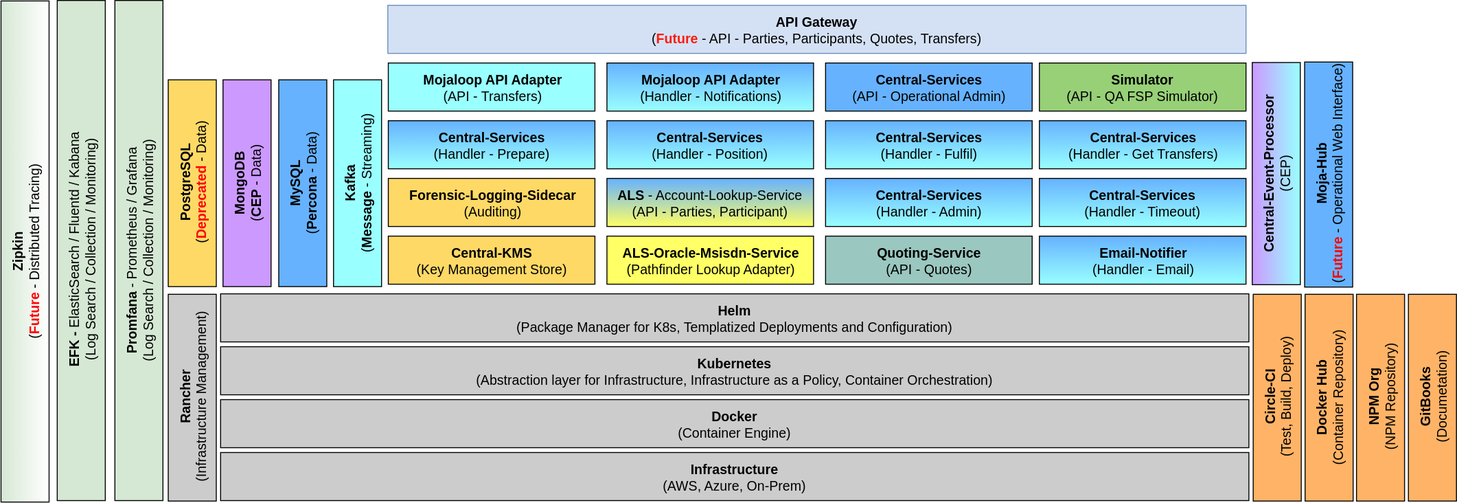
mojaloop/documentation keeps this draw.io diagram as mojaloop-technical-overview/overview/assets/diagrams/architecture/Arch-Mojaloop-overview-PI6.svg. Above is the earlier version. Source tidied: cells renumbered, new cells last; positions are measured from the earlier drawing's top-left corner, leaving out a move shared by most shapes.
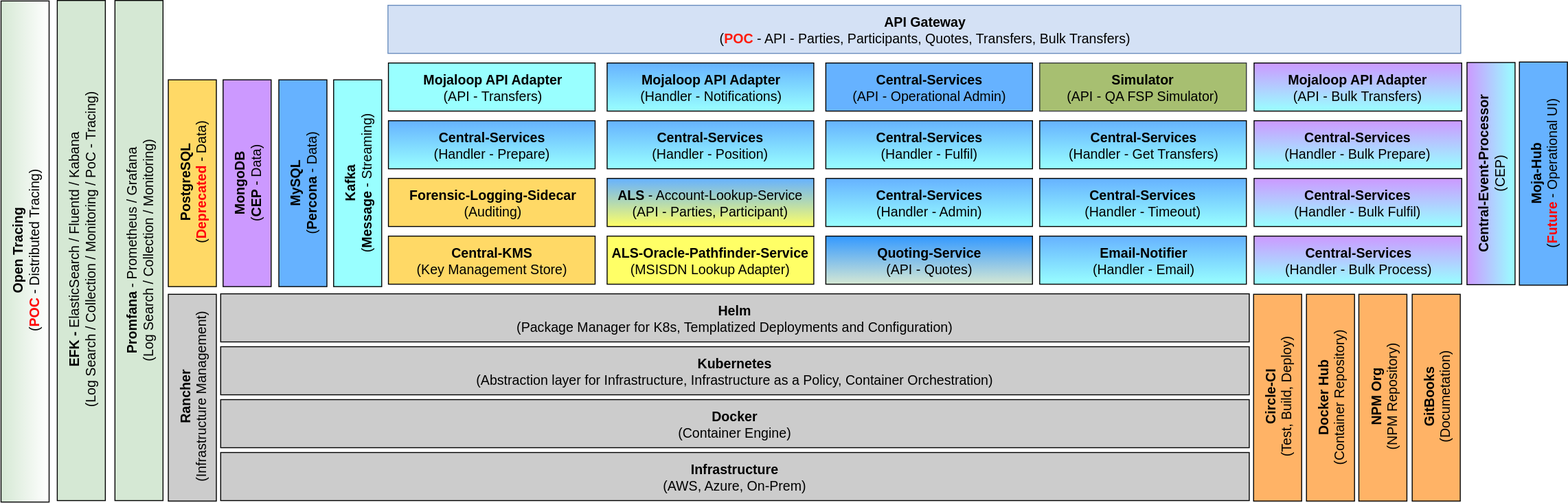
The same file after the commit.

Commit message:
updated main arch diagram

The edit, as a diff of the source:
```diff
@@ -14,13 +14,13 @@
     <mxCell id="5" value="&lt;b style=&quot;font-size: 14px;&quot;&gt;Infrastructure&lt;/b&gt;&lt;br style=&quot;font-size: 14px;&quot;&gt;&lt;span style=&quot;font-size: 14px;&quot;&gt;(AWS, Azure, On-Prem&lt;/span&gt;&lt;span style=&quot;font-size: 14px;&quot;&gt;)&lt;/span&gt;&lt;br style=&quot;font-size: 14px;&quot;&gt;" style="rounded=0;whiteSpace=wrap;html=1;fontColor=#000000;align=center;fillColor=#CCCCCC;fontSize=14;" parent="1" vertex="1">
       <mxGeometry x="464" y="465" width="1070" height="50" as="geometry" />
     </mxCell>
-    <mxCell id="6" value="&lt;b style=&quot;font-size: 14px;&quot;&gt;EFK - &lt;/b&gt;ElasticSearch / Fluentd / Kabana&lt;br style=&quot;font-size: 14px;&quot;&gt;&lt;span style=&quot;font-size: 14px;&quot;&gt;(Log Search / Collection / Monitoring)&lt;/span&gt;&lt;br style=&quot;font-size: 14px;&quot;&gt;" style="rounded=0;whiteSpace=wrap;html=1;fontColor=#000000;align=center;fillColor=#D5E8D4;rotation=-90;fontSize=14;" parent="1" vertex="1">
+    <mxCell id="6" value="&lt;b style=&quot;font-size: 14px&quot;&gt;EFK - &lt;/b&gt;ElasticSearch / Fluentd / Kabana&lt;br style=&quot;font-size: 14px&quot;&gt;&lt;span style=&quot;font-size: 14px&quot;&gt;(Log Search / Collection / Monitoring / PoC - Tracing)&lt;/span&gt;&lt;br style=&quot;font-size: 14px&quot;&gt;" style="rounded=0;whiteSpace=wrap;html=1;fontColor=#000000;align=center;fillColor=#D5E8D4;rotation=-90;fontSize=14;" parent="1" vertex="1">
       <mxGeometry x="59" y="230" width="520" height="50" as="geometry" />
     </mxCell>
     <mxCell id="7" value="&lt;b style=&quot;font-size: 14px;&quot;&gt;Promfana &lt;/b&gt;- Prometheus / Grafana&lt;br style=&quot;font-size: 14px;&quot;&gt;&lt;span style=&quot;font-size: 14px;&quot;&gt;(Log Search / Collection / Monitoring)&lt;/span&gt;&lt;br style=&quot;font-size: 14px;&quot;&gt;" style="rounded=0;whiteSpace=wrap;html=1;fontColor=#000000;align=center;fillColor=#D5E8D4;rotation=-90;fontSize=14;" parent="1" vertex="1">
       <mxGeometry x="119" y="230" width="520" height="50" as="geometry" />
     </mxCell>
-    <mxCell id="8" value="&lt;b&gt;Zipkin&lt;/b&gt;&lt;br style=&quot;font-size: 14px&quot;&gt;&lt;span style=&quot;font-size: 14px&quot;&gt;(&lt;font color=&quot;#ff0505&quot;&gt;&lt;b&gt;Future&lt;/b&gt;&lt;/font&gt; - Distributed Tracing)&lt;/span&gt;&lt;br style=&quot;font-size: 14px&quot;&gt;" style="rounded=0;whiteSpace=wrap;html=1;fontColor=#000000;align=center;fillColor=#D5E8D4;rotation=-90;fontSize=14;gradientColor=#ffffff;" parent="1" vertex="1">
+    <mxCell id="8" value="&lt;b&gt;Open Tracing&lt;/b&gt;&lt;br style=&quot;font-size: 14px&quot;&gt;&lt;span style=&quot;font-size: 14px&quot;&gt;(&lt;font color=&quot;#ff0505&quot;&gt;&lt;b&gt;POC&lt;/b&gt;&lt;/font&gt; - Distributed Tracing)&lt;/span&gt;&lt;br style=&quot;font-size: 14px&quot;&gt;" style="rounded=0;whiteSpace=wrap;html=1;fontColor=#000000;align=center;fillColor=#D5E8D4;rotation=-90;fontSize=14;gradientColor=#ffffff;" parent="1" vertex="1">
       <mxGeometry y="231" width="521" height="50" as="geometry" />
     </mxCell>
     <mxCell id="9" value="&lt;b style=&quot;font-size: 14px&quot;&gt;Rancher&lt;/b&gt;&lt;br style=&quot;font-size: 14px&quot;&gt;&lt;span style=&quot;font-size: 14px&quot;&gt;(Infrastructure Management)&lt;/span&gt;&lt;br style=&quot;font-size: 14px&quot;&gt;" style="rounded=0;whiteSpace=wrap;html=1;fontColor=#000000;align=center;fillColor=#CCCCCC;fontSize=14;rotation=-90;" parent="1" vertex="1">
@@ -62,7 +62,7 @@
     <mxCell id="21" value="&lt;b style=&quot;font-size: 14px&quot;&gt;Central-Services&lt;/b&gt;&lt;br style=&quot;font-size: 14px&quot;&gt;&lt;span style=&quot;font-size: 14px&quot;&gt;(Handler - Timeout)&lt;/span&gt;&lt;br style=&quot;font-size: 14px&quot;&gt;" style="rounded=0;whiteSpace=wrap;html=1;fontColor=#000000;align=center;fillColor=#66B2FF;fontSize=14;rotation=0;gradientColor=#99FFFF;" parent="1" vertex="1">
       <mxGeometry x="1316" y="180" width="215" height="50" as="geometry" />
     </mxCell>
-    <mxCell id="22" value="&lt;b style=&quot;font-size: 14px&quot;&gt;Simulator&lt;/b&gt;&lt;br style=&quot;font-size: 14px&quot;&gt;&lt;span style=&quot;font-size: 14px&quot;&gt;(API - QA FSP Simulator)&lt;/span&gt;&lt;br style=&quot;font-size: 14px&quot;&gt;" style="rounded=0;whiteSpace=wrap;html=1;fontColor=#000000;align=center;fillColor=#97D077;fontSize=14;rotation=0;" parent="1" vertex="1">
+    <mxCell id="22" value="&lt;b style=&quot;font-size: 14px&quot;&gt;Simulator&lt;/b&gt;&lt;br style=&quot;font-size: 14px&quot;&gt;&lt;span style=&quot;font-size: 14px&quot;&gt;(API - QA FSP Simulator)&lt;/span&gt;&lt;br style=&quot;font-size: 14px&quot;&gt;" style="rounded=0;whiteSpace=wrap;html=1;align=center;fillColor=#A7BF71;fontSize=14;rotation=0;strokeColor=#36393d;" parent="1" vertex="1">
       <mxGeometry x="1316" y="60" width="215" height="50" as="geometry" />
     </mxCell>
     <mxCell id="23" value="&lt;b style=&quot;font-size: 14px&quot;&gt;Forensic-Logging-Sidecar&lt;/b&gt;&lt;br style=&quot;font-size: 14px&quot;&gt;&lt;span style=&quot;font-size: 14px&quot;&gt;(Auditing)&lt;/span&gt;&lt;br style=&quot;font-size: 14px&quot;&gt;" style="rounded=0;whiteSpace=wrap;html=1;fontColor=#000000;align=center;fillColor=#FFD966;fontSize=14;rotation=0;gradientColor=none;" parent="1" vertex="1">
@@ -74,14 +74,14 @@
     <mxCell id="25" value="&lt;b style=&quot;font-size: 14px&quot;&gt;ALS &lt;/b&gt;&lt;span style=&quot;font-size: 14px&quot;&gt;- &lt;/span&gt;&lt;span style=&quot;font-size: 14px&quot;&gt;Account-Lookup-Service&lt;/span&gt;&lt;br style=&quot;font-size: 14px&quot;&gt;&lt;span style=&quot;font-size: 14px&quot;&gt;(API - Parties, Participant)&lt;/span&gt;&lt;br style=&quot;font-size: 14px&quot;&gt;" style="rounded=0;whiteSpace=wrap;html=1;fontColor=#000000;align=center;fillColor=#66B2FF;fontSize=14;rotation=0;gradientColor=#FFFF66;" parent="1" vertex="1">
       <mxGeometry x="866" y="180" width="215" height="50" as="geometry" />
     </mxCell>
-    <mxCell id="26" value="&lt;b style=&quot;font-size: 14px&quot;&gt;ALS-Oracle-Msisdn-Service&lt;/b&gt;&lt;br style=&quot;font-size: 14px&quot;&gt;(Pathfinder Lookup Adapter)&lt;br style=&quot;font-size: 14px&quot;&gt;" style="rounded=0;whiteSpace=wrap;html=1;fontColor=#000000;align=center;fillColor=#FFFF66;fontSize=14;rotation=0;gradientColor=none;" parent="1" vertex="1">
+    <mxCell id="26" value="&lt;b style=&quot;font-size: 14px&quot;&gt;ALS-Oracle-Pathfinder-Service&lt;/b&gt;&lt;br style=&quot;font-size: 14px&quot;&gt;(MSISDN Lookup Adapter)&lt;br style=&quot;font-size: 14px&quot;&gt;" style="rounded=0;whiteSpace=wrap;html=1;fontColor=#000000;align=center;fillColor=#FFFF66;fontSize=14;rotation=0;gradientColor=none;" parent="1" vertex="1">
       <mxGeometry x="866" y="240" width="215" height="50" as="geometry" />
     </mxCell>
-    <mxCell id="27" value="&lt;b&gt;Quoting-Service&lt;/b&gt;&lt;br style=&quot;font-size: 14px&quot;&gt;(API - Quotes)&lt;br style=&quot;font-size: 14px&quot;&gt;" style="rounded=0;whiteSpace=wrap;html=1;fontColor=#000000;align=center;fillColor=#9AC7BF;fontSize=14;rotation=0;gradientColor=none;" parent="1" vertex="1">
+    <mxCell id="27" value="&lt;b&gt;Quoting-Service&lt;/b&gt;&lt;br style=&quot;font-size: 14px&quot;&gt;(API - Quotes)&lt;br style=&quot;font-size: 14px&quot;&gt;" style="rounded=0;whiteSpace=wrap;html=1;fontColor=#000000;align=center;fillColor=#3399FF;fontSize=14;rotation=0;gradientColor=#D5E8D4;" parent="1" vertex="1">
       <mxGeometry x="1093.5" y="240" width="215" height="50" as="geometry" />
     </mxCell>
     <mxCell id="28" value="&lt;b style=&quot;font-size: 14px&quot;&gt;Central-Event-Processor&lt;/b&gt;&lt;br style=&quot;font-size: 14px&quot;&gt;&lt;span style=&quot;font-size: 14px&quot;&gt;(CEP)&lt;/span&gt;&lt;br style=&quot;font-size: 14px&quot;&gt;" style="rounded=0;whiteSpace=wrap;html=1;fontColor=#000000;align=center;fillColor=#CC99FF;fontSize=14;rotation=-90;gradientColor=#99FFFF;" parent="1" vertex="1">
-      <mxGeometry x="1447" y="150" width="231" height="50" as="geometry" />
+      <mxGeometry x="1670" y="150" width="231" height="50" as="geometry" />
     </mxCell>
     <mxCell id="29" value="&lt;b style=&quot;font-size: 14px&quot;&gt;Email-Notifier&lt;/b&gt;&lt;br style=&quot;font-size: 14px&quot;&gt;&lt;span style=&quot;font-size: 14px&quot;&gt;(Handler - Email)&lt;/span&gt;&lt;br style=&quot;font-size: 14px&quot;&gt;" style="rounded=0;whiteSpace=wrap;html=1;fontColor=#000000;align=center;fillColor=#66B2FF;fontSize=14;rotation=0;gradientColor=#99FFFF;" parent="1" vertex="1">
       <mxGeometry x="1316" y="240" width="215" height="50" as="geometry" />
@@ -89,23 +89,35 @@
     <mxCell id="30" value="&lt;b style=&quot;font-size: 14px&quot;&gt;Central-Services&lt;/b&gt;&lt;br style=&quot;font-size: 14px&quot;&gt;&lt;span style=&quot;font-size: 14px&quot;&gt;(Handler - Admin)&lt;/span&gt;&lt;br style=&quot;font-size: 14px&quot;&gt;" style="rounded=0;whiteSpace=wrap;html=1;fontColor=#000000;align=center;fillColor=#66B2FF;fontSize=14;rotation=0;gradientColor=#99FFFF;" parent="1" vertex="1">
       <mxGeometry x="1093.5" y="180" width="215" height="50" as="geometry" />
     </mxCell>
-    <mxCell id="31" value="&lt;b style=&quot;font-size: 14px&quot;&gt;Moja-Hub&lt;/b&gt;&lt;br style=&quot;font-size: 14px&quot;&gt;(&lt;b&gt;&lt;font color=&quot;#ff0000&quot;&gt;Future&lt;/font&gt;&lt;/b&gt; - Operational Web Interface)&lt;br style=&quot;font-size: 14px&quot;&gt;" style="rounded=0;whiteSpace=wrap;html=1;fontColor=#000000;align=center;fillColor=#66B2FF;fontSize=14;rotation=-90;gradientColor=none;" parent="1" vertex="1">
-      <mxGeometry x="1500" y="151" width="234" height="50" as="geometry" />
+    <mxCell id="31" value="&lt;b style=&quot;font-size: 14px&quot;&gt;Moja-Hub&lt;/b&gt;&lt;br style=&quot;font-size: 14px&quot;&gt;(&lt;b&gt;&lt;font color=&quot;#ff0000&quot;&gt;Future&lt;/font&gt;&lt;/b&gt; - Operational UI)&lt;br style=&quot;font-size: 14px&quot;&gt;" style="rounded=0;whiteSpace=wrap;html=1;fontColor=#000000;align=center;fillColor=#66B2FF;fontSize=14;rotation=-90;gradientColor=none;" parent="1" vertex="1">
+      <mxGeometry x="1724" y="150" width="232" height="50" as="geometry" />
     </mxCell>
     <mxCell id="32" value="&lt;b style=&quot;font-size: 14px&quot;&gt;Circle-CI&lt;/b&gt;&lt;br style=&quot;font-size: 14px&quot;&gt;&lt;span style=&quot;font-size: 14px&quot;&gt;(Test, Build, Deploy)&lt;/span&gt;&lt;br style=&quot;font-size: 14px&quot;&gt;" style="rounded=0;whiteSpace=wrap;html=1;fontColor=#000000;align=center;fillColor=#FFB366;fontSize=14;rotation=-90;" parent="1" vertex="1">
       <mxGeometry x="1456" y="383" width="215" height="50" as="geometry" />
     </mxCell>
     <mxCell id="33" value="&lt;b&gt;Docker Hub&lt;/b&gt;&lt;br style=&quot;font-size: 14px&quot;&gt;&lt;span style=&quot;font-size: 14px&quot;&gt;(Container Repository)&lt;/span&gt;&lt;br style=&quot;font-size: 14px&quot;&gt;" style="rounded=0;whiteSpace=wrap;html=1;fontColor=#000000;align=center;fillColor=#FFB366;fontSize=14;rotation=-90;" parent="1" vertex="1">
-      <mxGeometry x="1510" y="383" width="215" height="50" as="geometry" />
+      <mxGeometry x="1511" y="383" width="215" height="50" as="geometry" />
     </mxCell>
     <mxCell id="34" value="&lt;b&gt;NPM Org&lt;/b&gt;&lt;br style=&quot;font-size: 14px&quot;&gt;&lt;span style=&quot;font-size: 14px&quot;&gt;(NPM Repository)&lt;/span&gt;&lt;br style=&quot;font-size: 14px&quot;&gt;" style="rounded=0;whiteSpace=wrap;html=1;fontColor=#000000;align=center;fillColor=#FFB366;fontSize=14;rotation=-90;" parent="1" vertex="1">
-      <mxGeometry x="1563.5" y="383" width="215" height="50" as="geometry" />
+      <mxGeometry x="1565.5" y="383" width="215" height="50" as="geometry" />
     </mxCell>
     <mxCell id="35" value="&lt;b&gt;GitBooks&lt;/b&gt;&lt;br style=&quot;font-size: 14px&quot;&gt;&lt;span style=&quot;font-size: 14px&quot;&gt;(Documetation)&lt;/span&gt;&lt;br style=&quot;font-size: 14px&quot;&gt;" style="rounded=0;whiteSpace=wrap;html=1;fontColor=#000000;align=center;fillColor=#FFB366;fontSize=14;rotation=-90;" parent="1" vertex="1">
-      <mxGeometry x="1617.5" y="383" width="215" height="50" as="geometry" />
+      <mxGeometry x="1621" y="383" width="215" height="50" as="geometry" />
     </mxCell>
-    <mxCell id="36" value="&lt;b&gt;API Gateway&lt;br&gt;&lt;/b&gt;(&lt;b&gt;&lt;font color=&quot;#ff1b0a&quot;&gt;Future&lt;/font&gt;&lt;/b&gt; - API - Parties, Participants, Quotes, Transfers)&lt;br&gt;" style="rounded=0;whiteSpace=wrap;html=1;align=center;fillColor=#D4E1F5;fontSize=14;rotation=0;strokeColor=#6c8ebf;" parent="1" vertex="1">
-      <mxGeometry x="638" width="893" height="50" as="geometry" />
+    <mxCell id="36" value="&lt;b&gt;API Gateway&lt;br&gt;&lt;/b&gt;(&lt;b&gt;&lt;font color=&quot;#ff1b0a&quot;&gt;POC&lt;/font&gt;&lt;/b&gt; - API - Parties, Participants, Quotes, Transfers, Bulk Transfers)&lt;br&gt;" style="rounded=0;whiteSpace=wrap;html=1;align=center;fillColor=#D4E1F5;fontSize=14;rotation=0;strokeColor=#6c8ebf;" parent="1" vertex="1">
+      <mxGeometry x="638" width="1116" height="50" as="geometry" />
     </mxCell>
+    <mxCell id="37" value="&lt;b&gt;Central-Services&lt;br&gt;&lt;/b&gt;(Handler - Bulk Prepare)&lt;br style=&quot;font-size: 14px&quot;&gt;" style="rounded=0;whiteSpace=wrap;html=1;fontColor=#000000;align=center;fillColor=#CC99FF;fontSize=14;rotation=0;gradientColor=#99FFFF;" parent="1" vertex="1">
+      <mxGeometry x="1539" y="120" width="216" height="50" as="geometry" />
+    </mxCell>
+    <mxCell id="38" value="&lt;b&gt;Central-Services&lt;br&gt;&lt;/b&gt;(Handler - Bulk Fulfil)&lt;br style=&quot;font-size: 14px&quot;&gt;" style="rounded=0;whiteSpace=wrap;html=1;fontColor=#000000;align=center;fillColor=#CC99FF;fontSize=14;rotation=0;gradientColor=#99FFFF;" parent="1" vertex="1">
+      <mxGeometry x="1539" y="180" width="216" height="50" as="geometry" />
+    </mxCell>
+    <mxCell id="39" value="&lt;b&gt;Central-Services&lt;br&gt;&lt;/b&gt;(Handler - Bulk Process)&lt;br style=&quot;font-size: 14px&quot;&gt;" style="rounded=0;whiteSpace=wrap;html=1;fontColor=#000000;align=center;fillColor=#CC99FF;fontSize=14;rotation=0;gradientColor=#99FFFF;" parent="1" vertex="1">
+      <mxGeometry x="1539" y="240" width="216" height="50" as="geometry" />
+    </mxCell>
+    <mxCell id="40" value="&lt;b&gt;Mojaloop API Adapter&lt;/b&gt;&lt;br&gt;(API - Bulk Transfers)&lt;br&gt;" style="rounded=0;whiteSpace=wrap;html=1;fontColor=#000000;align=center;fillColor=#CC99FF;fontSize=14;rotation=0;gradientColor=#99FFFF;" parent="1" vertex="1">
+      <mxGeometry x="1539" y="60" width="216" height="50" as="geometry" />
+    </mxCell>
   </root>
 </mxGraphModel>
```
